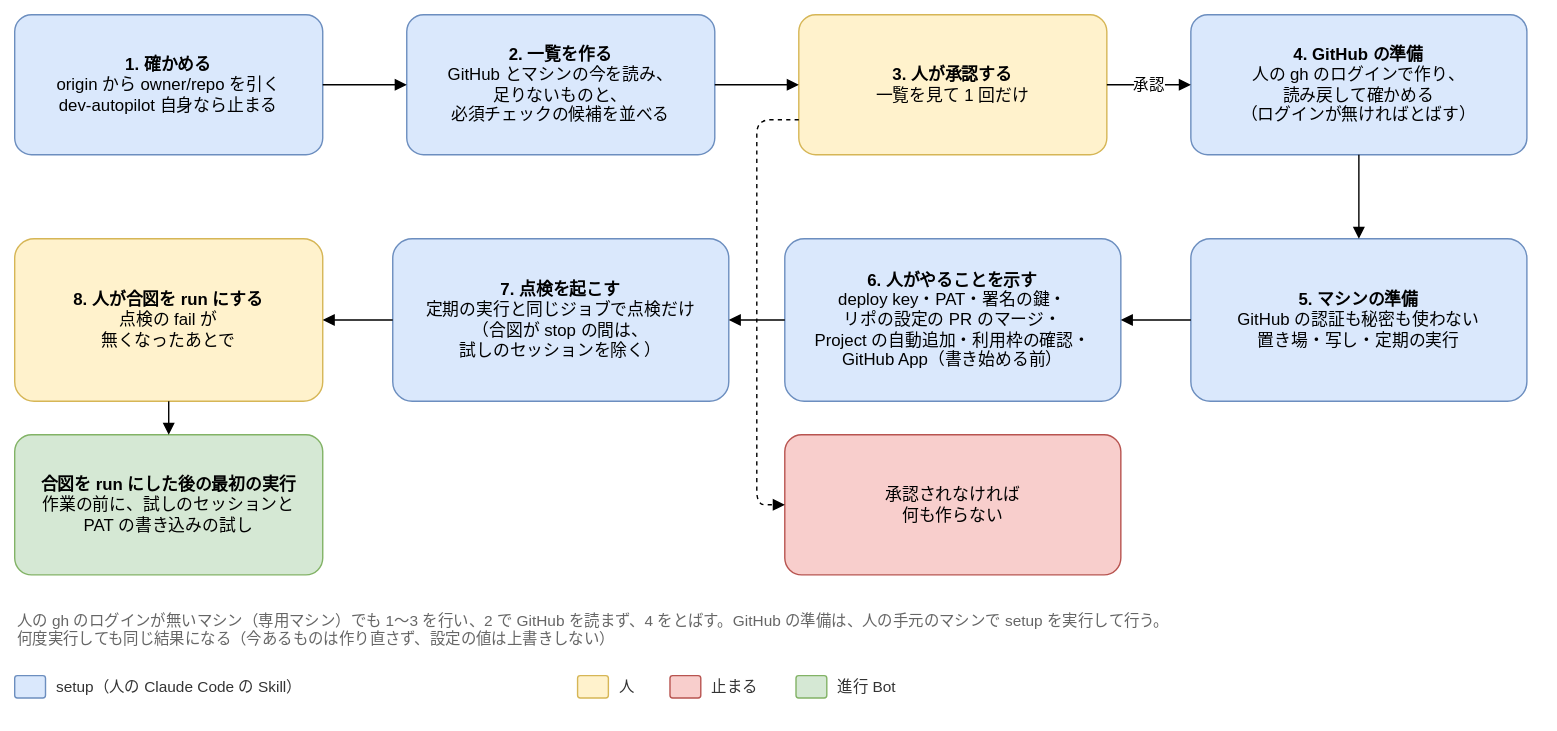
Earlier version of the draw.io export docs/design/basic/diagrams/04-setup-flow.drawio.svg (Joymerrevent/dev-autopilot). Source tidied: cells renumbered, new cells last; positions are measured from the earlier drawing's top-left corner, leaving out a move shared by most shapes.
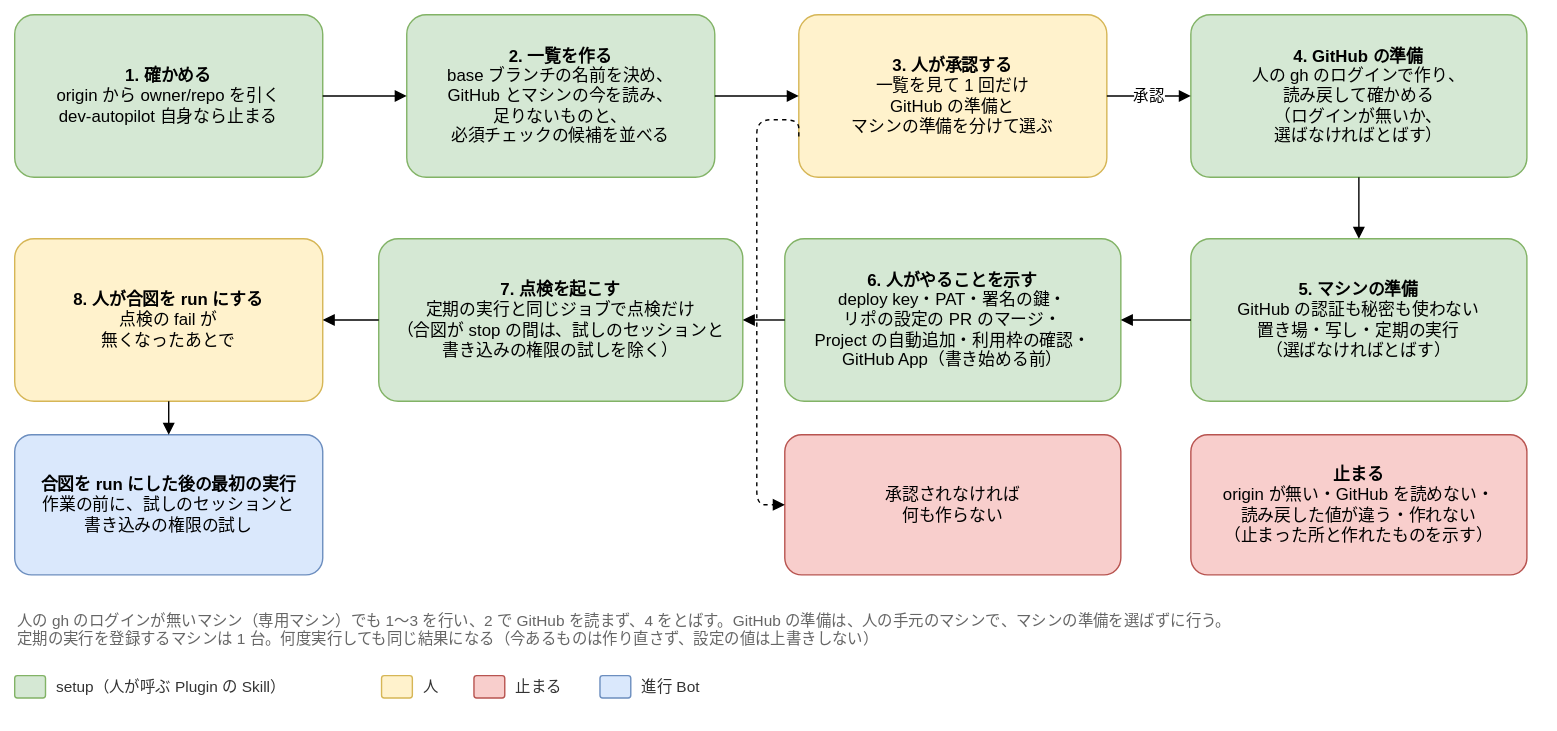
Later version of the same file.

Change to the diagram source:
```diff
@@ -2,26 +2,26 @@
   <root>
     <mxCell id="0" />
     <mxCell id="1" parent="0" />
-    <mxCell id="2" value="&lt;b&gt;1. 確かめる&lt;/b&gt;&lt;br&gt;origin から owner/repo を引く&lt;br&gt;dev-autopilot 自身なら止まる" style="rounded=1;whiteSpace=wrap;html=1;fontSize=12;arcSize=12;spacing=12;fillColor=#dae8fc;strokeColor=#6c8ebf;" parent="1" vertex="1">
-      <mxGeometry width="220" height="100" as="geometry" />
+    <mxCell id="2" value="&lt;b&gt;1. 確かめる&lt;/b&gt;&lt;br&gt;origin から owner/repo を引く&lt;br&gt;dev-autopilot 自身なら止まる" style="rounded=1;whiteSpace=wrap;html=1;fontSize=12;arcSize=12;spacing=12;fillColor=#d5e8d4;strokeColor=#82b366;" parent="1" vertex="1">
+      <mxGeometry width="220" height="116" as="geometry" />
     </mxCell>
-    <mxCell id="3" value="&lt;b&gt;2. 一覧を作る&lt;/b&gt;&lt;br&gt;GitHub とマシンの今を読み、&lt;br&gt;足りないものと、&lt;br&gt;必須チェックの候補を並べる" style="rounded=1;whiteSpace=wrap;html=1;fontSize=12;arcSize=12;spacing=12;fillColor=#dae8fc;strokeColor=#6c8ebf;" parent="1" vertex="1">
-      <mxGeometry x="280" width="220" height="100" as="geometry" />
+    <mxCell id="3" value="&lt;b&gt;2. 一覧を作る&lt;/b&gt;&lt;br&gt;base ブランチの名前を決め、&lt;br&gt;GitHub とマシンの今を読み、&lt;br&gt;足りないものと、&lt;br&gt;必須チェックの候補を並べる" style="rounded=1;whiteSpace=wrap;html=1;fontSize=12;arcSize=12;spacing=12;fillColor=#d5e8d4;strokeColor=#82b366;" parent="1" vertex="1">
+      <mxGeometry x="280" width="220" height="116" as="geometry" />
     </mxCell>
-    <mxCell id="4" value="&lt;b&gt;3. 人が承認する&lt;/b&gt;&lt;br&gt;一覧を見て 1 回だけ" style="rounded=1;whiteSpace=wrap;html=1;fontSize=12;arcSize=12;spacing=12;fillColor=#fff2cc;strokeColor=#d6b656;" parent="1" vertex="1">
-      <mxGeometry x="560" width="220" height="100" as="geometry" />
+    <mxCell id="4" value="&lt;b&gt;3. 人が承認する&lt;/b&gt;&lt;br&gt;一覧を見て 1 回だけ&lt;br&gt;GitHub の準備と&lt;br&gt;マシンの準備を分けて選ぶ" style="rounded=1;whiteSpace=wrap;html=1;fontSize=12;arcSize=12;spacing=12;fillColor=#fff2cc;strokeColor=#d6b656;" parent="1" vertex="1">
+      <mxGeometry x="560" width="220" height="116" as="geometry" />
     </mxCell>
-    <mxCell id="5" value="&lt;b&gt;4. GitHub の準備&lt;/b&gt;&lt;br&gt;人の gh のログインで作り、&lt;br&gt;読み戻して確かめる&lt;br&gt;（ログインが無ければとばす）" style="rounded=1;whiteSpace=wrap;html=1;fontSize=12;arcSize=12;spacing=12;fillColor=#dae8fc;strokeColor=#6c8ebf;" parent="1" vertex="1">
-      <mxGeometry x="840" width="240" height="100" as="geometry" />
+    <mxCell id="5" value="&lt;b&gt;4. GitHub の準備&lt;/b&gt;&lt;br&gt;人の gh のログインで作り、&lt;br&gt;読み戻して確かめる&lt;br&gt;（ログインが無いか、&lt;br&gt;選ばなければとばす）" style="rounded=1;whiteSpace=wrap;html=1;fontSize=12;arcSize=12;spacing=12;fillColor=#d5e8d4;strokeColor=#82b366;" parent="1" vertex="1">
+      <mxGeometry x="840" width="240" height="116" as="geometry" />
     </mxCell>
-    <mxCell id="6" value="&lt;b&gt;5. マシンの準備&lt;/b&gt;&lt;br&gt;GitHub の認証も秘密も使わない&lt;br&gt;置き場・写し・定期の実行" style="rounded=1;whiteSpace=wrap;html=1;fontSize=12;arcSize=12;spacing=12;fillColor=#dae8fc;strokeColor=#6c8ebf;" parent="1" vertex="1">
+    <mxCell id="6" value="&lt;b&gt;5. マシンの準備&lt;/b&gt;&lt;br&gt;GitHub の認証も秘密も使わない&lt;br&gt;置き場・写し・定期の実行&lt;br&gt;（選ばなければとばす）" style="rounded=1;whiteSpace=wrap;html=1;fontSize=12;arcSize=12;spacing=12;fillColor=#d5e8d4;strokeColor=#82b366;" parent="1" vertex="1">
       <mxGeometry x="840" y="160" width="240" height="116" as="geometry" />
     </mxCell>
-    <mxCell id="7" value="&lt;b&gt;6. 人がやることを示す&lt;/b&gt;&lt;br&gt;deploy key・PAT・署名の鍵・&lt;br&gt;リポの設定の PR のマージ・&lt;br&gt;Project の自動追加・利用枠の確認・&lt;br&gt;GitHub App（書き始める前）" style="rounded=1;whiteSpace=wrap;html=1;fontSize=12;arcSize=12;spacing=12;fillColor=#dae8fc;strokeColor=#6c8ebf;" parent="1" vertex="1">
+    <mxCell id="7" value="&lt;b&gt;6. 人がやることを示す&lt;/b&gt;&lt;br&gt;deploy key・PAT・署名の鍵・&lt;br&gt;リポの設定の PR のマージ・&lt;br&gt;Project の自動追加・利用枠の確認・&lt;br&gt;GitHub App（書き始める前）" style="rounded=1;whiteSpace=wrap;html=1;fontSize=12;arcSize=12;spacing=12;fillColor=#d5e8d4;strokeColor=#82b366;" parent="1" vertex="1">
       <mxGeometry x="550" y="160" width="240" height="116" as="geometry" />
     </mxCell>
-    <mxCell id="8" value="&lt;b&gt;7. 点検を起こす&lt;/b&gt;&lt;br&gt;定期の実行と同じジョブで点検だけ&lt;br&gt;（合図が stop の間は、&lt;br&gt;試しのセッションを除く）" style="rounded=1;whiteSpace=wrap;html=1;fontSize=12;arcSize=12;spacing=12;fillColor=#dae8fc;strokeColor=#6c8ebf;" parent="1" vertex="1">
-      <mxGeometry x="270" y="160" width="240" height="116" as="geometry" />
+    <mxCell id="8" value="&lt;b&gt;7. 点検を起こす&lt;/b&gt;&lt;br&gt;定期の実行と同じジョブで点検だけ&lt;br&gt;（合図が stop の間は、試しのセッションと&lt;br&gt;書き込みの権限の試しを除く）" style="rounded=1;whiteSpace=wrap;html=1;fontSize=12;arcSize=12;spacing=12;fillColor=#d5e8d4;strokeColor=#82b366;" parent="1" vertex="1">
+      <mxGeometry x="260" y="160" width="260" height="116" as="geometry" />
     </mxCell>
     <mxCell id="9" value="&lt;b&gt;8. 人が合図を run にする&lt;/b&gt;&lt;br&gt;点検の fail が&lt;br&gt;無くなったあとで" style="rounded=1;whiteSpace=wrap;html=1;fontSize=12;arcSize=12;spacing=12;fillColor=#fff2cc;strokeColor=#d6b656;" parent="1" vertex="1">
       <mxGeometry y="160" width="220" height="116" as="geometry" />
@@ -58,38 +58,41 @@
         </Array>
       </mxGeometry>
     </mxCell>
-    <mxCell id="19" value="人の gh のログインが無いマシン（専用マシン）でも 1〜3 を行い、2 で GitHub を読まず、4 をとばす。GitHub の準備は、人の手元のマシンで setup を実行して行う。&lt;br&gt;何度実行しても同じ結果になる（今あるものは作り直さず、設定の値は上書きしない）" style="text;html=1;whiteSpace=wrap;align=left;verticalAlign=top;fontSize=11;fontColor=#666666;" parent="1" vertex="1">
+    <mxCell id="19" value="人の gh のログインが無いマシン（専用マシン）でも 1〜3 を行い、2 で GitHub を読まず、4 をとばす。GitHub の準備は、人の手元のマシンで、マシンの準備を選ばずに行う。&lt;br&gt;定期の実行を登録するマシンは 1 台。何度実行しても同じ結果になる（今あるものは作り直さず、設定の値は上書きしない）" style="text;html=1;whiteSpace=wrap;align=left;verticalAlign=top;fontSize=11;fontColor=#666666;" parent="1" vertex="1">
       <mxGeometry y="420" width="1080" height="36" as="geometry" />
     </mxCell>
+    <mxCell id="26" value="&lt;b&gt;合図を run にした後の最初の実行&lt;/b&gt;&lt;br&gt;作業の前に、試しのセッションと&lt;br&gt;書き込みの権限の試し" style="rounded=1;whiteSpace=wrap;html=1;fontSize=12;arcSize=12;spacing=12;fillColor=#dae8fc;strokeColor=#6c8ebf;" parent="1" vertex="1">
+      <mxGeometry y="300" width="220" height="100" as="geometry" />
+    </mxCell>
+    <mxCell id="27" style="edgeStyle=orthogonalEdgeStyle;rounded=1;html=1;endArrow=block;endFill=1;fontSize=11;labelBackgroundColor=#ffffff;exitX=0.5;exitY=1;exitDx=0;exitDy=0;entryX=0.5;entryY=0;entryDx=0;entryDy=0;" parent="1" edge="1" source="9" target="26">
+      <mxGeometry relative="1" as="geometry" />
+    </mxCell>
+    <mxCell id="30" value="&lt;b&gt;止まる&lt;/b&gt;&lt;br&gt;origin が無い・GitHub を読めない・&lt;br&gt;読み戻した値が違う・作れない&lt;br&gt;（止まった所と作れたものを示す）" style="rounded=1;whiteSpace=wrap;html=1;fontSize=12;arcSize=12;spacing=12;fillColor=#f8cecc;strokeColor=#b85450;" parent="1" vertex="1">
+      <mxGeometry x="840" y="300" width="240" height="100" as="geometry" />
+    </mxCell>
-    <mxCell id="20" style="rounded=1;whiteSpace=wrap;html=1;fontSize=12;arcSize=12;spacing=12;fillColor=#dae8fc;strokeColor=#6c8ebf;" parent="1" vertex="1">
+    <mxCell id="20" style="rounded=1;whiteSpace=wrap;html=1;fontSize=12;arcSize=12;spacing=12;fillColor=#d5e8d4;strokeColor=#82b366;" parent="1" vertex="1">
       <mxGeometry y="472" width="22" height="16" as="geometry" />
     </mxCell>
-    <mxCell id="21" value="setup（人の Claude Code の Skill）" style="text;html=1;align=left;verticalAlign=middle;fontSize=11;fontColor=#333333;" parent="1" vertex="1">
-      <mxGeometry x="28" y="470" width="358" height="20" as="geometry" />
+    <mxCell id="21" value="setup（人が呼ぶ Plugin の Skill）" style="text;html=1;align=left;verticalAlign=middle;fontSize=11;fontColor=#333333;" parent="1" vertex="1">
+      <mxGeometry x="28" y="470" width="218" height="20" as="geometry" />
     </mxCell>
     <mxCell id="22" style="rounded=1;whiteSpace=wrap;html=1;fontSize=12;arcSize=12;spacing=12;fillColor=#fff2cc;strokeColor=#d6b656;" parent="1" vertex="1">
-      <mxGeometry x="402" y="472" width="22" height="16" as="geometry" />
+      <mxGeometry x="262" y="472" width="22" height="16" as="geometry" />
     </mxCell>
     <mxCell id="23" value="人" style="text;html=1;align=left;verticalAlign=middle;fontSize=11;fontColor=#333333;" parent="1" vertex="1">
-      <mxGeometry x="430" y="470" width="22" height="20" as="geometry" />
+      <mxGeometry x="290" y="470" width="22" height="20" as="geometry" />
     </mxCell>
     <mxCell id="24" style="rounded=1;whiteSpace=wrap;html=1;fontSize=12;arcSize=12;spacing=12;fillColor=#f8cecc;strokeColor=#b85450;" parent="1" vertex="1">
-      <mxGeometry x="468" y="472" width="22" height="16" as="geometry" />
+      <mxGeometry x="328" y="472" width="22" height="16" as="geometry" />
     </mxCell>
     <mxCell id="25" value="止まる" style="text;html=1;align=left;verticalAlign=middle;fontSize=11;fontColor=#333333;" parent="1" vertex="1">
-      <mxGeometry x="496" y="470" width="46" height="20" as="geometry" />
+      <mxGeometry x="356" y="470" width="46" height="20" as="geometry" />
     </mxCell>
-    <mxCell id="26" value="&lt;b&gt;合図を run にした後の最初の実行&lt;/b&gt;&lt;br&gt;作業の前に、試しのセッションと&lt;br&gt;PAT の書き込みの試し" style="rounded=1;whiteSpace=wrap;html=1;fontSize=12;arcSize=12;spacing=12;fillColor=#d5e8d4;strokeColor=#82b366;" parent="1" vertex="1">
-      <mxGeometry y="300" width="220" height="100" as="geometry" />
-    </mxCell>
-    <mxCell id="27" style="edgeStyle=orthogonalEdgeStyle;rounded=1;html=1;endArrow=block;endFill=1;fontSize=11;labelBackgroundColor=#ffffff;exitX=0.5;exitY=1;exitDx=0;exitDy=0;entryX=0.5;entryY=0;entryDx=0;entryDy=0;" parent="1" edge="1" source="9" target="26">
-      <mxGeometry relative="1" as="geometry" />
-    </mxCell>
-    <mxCell id="28" style="rounded=1;whiteSpace=wrap;html=1;fontSize=12;arcSize=12;spacing=12;fillColor=#d5e8d4;strokeColor=#82b366;" parent="1" vertex="1">
-      <mxGeometry x="558" y="472" width="22" height="16" as="geometry" />
+    <mxCell id="28" style="rounded=1;whiteSpace=wrap;html=1;fontSize=12;arcSize=12;spacing=12;fillColor=#dae8fc;strokeColor=#6c8ebf;" parent="1" vertex="1">
+      <mxGeometry x="418" y="472" width="22" height="16" as="geometry" />
     </mxCell>
     <mxCell id="29" value="進行 Bot" style="text;html=1;align=left;verticalAlign=middle;fontSize=11;fontColor=#333333;" parent="1" vertex="1">
-      <mxGeometry x="586" y="470" width="82" height="20" as="geometry" />
+      <mxGeometry x="446" y="470" width="59" height="20" as="geometry" />
     </mxCell>
   </root>
 </mxGraphModel>
```
